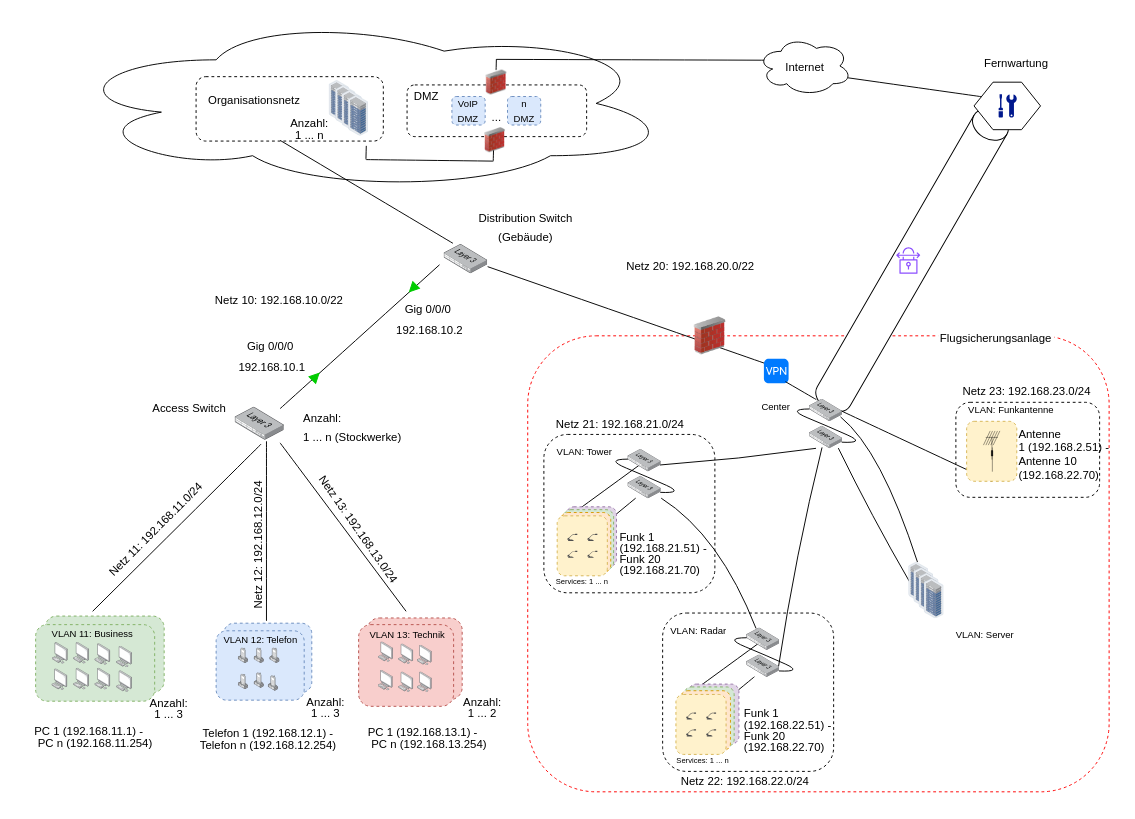
Above: Logische Netzwerktopologie.drawio in meetSeb/Computer-Network (draw.io), before the change. Source tidied: cells renumbered, new cells numbered last; positions are measured from the earlier drawing's top-left corner, leaving out a move shared by most shapes. Both pictures are drawn from the tidied source at 95%, with x=0, y=0 at pixel (16, 16).
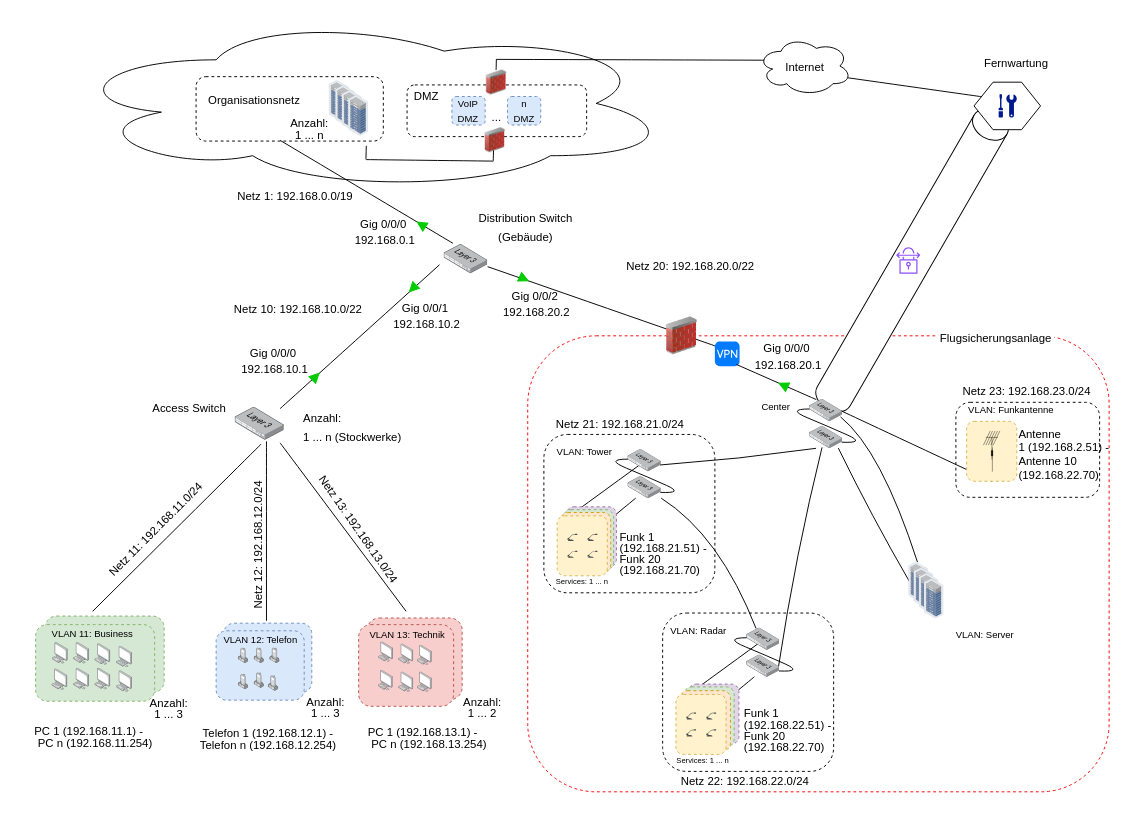
After the change.

What changed in the source:
```diff
@@
     <mxCell id="58" style="group;" parent="1" vertex="1">
-      <mxGeometry x="100" y="21" width="779" height="229.1" as="geometry" />
+      <mxGeometry x="100" y="21" width="779" height="234.9" as="geometry" />
     </mxCell>
@@
+    <mxCell id="174" value="&lt;p style=&quot;line-height: 60%;&quot;&gt;&lt;font style=&quot;font-size: 12px;&quot;&gt;Netz 1:&amp;nbsp;&lt;/font&gt;&lt;span style=&quot;font-size: 12px;&quot;&gt;192.168.0.0/19&lt;/span&gt;&lt;/p&gt;" style="text;strokeColor=none;fillColor=none;html=1;align=center;verticalAlign=middle;whiteSpace=wrap;rounded=0;fontSize=16;rotation=0;" parent="58" vertex="1">
+      <mxGeometry x="116.8" y="155" width="153.3" height="24.1" as="geometry" />
+    </mxCell>
+    <mxCell id="175" value="&lt;p style=&quot;line-height: 0%;&quot;&gt;&lt;font style=&quot;font-size: 12px;&quot;&gt;Gig 0/0/0&amp;nbsp;&lt;/font&gt;&lt;/p&gt;&lt;p style=&quot;line-height: 0%;&quot;&gt;&lt;span style=&quot;font-size: 12px;&quot;&gt;192.168.0.1&lt;/span&gt;&lt;/p&gt;" style="text;strokeColor=none;fillColor=none;html=1;align=center;verticalAlign=middle;whiteSpace=wrap;rounded=0;fontSize=16;rotation=0;" parent="58" vertex="1">
+      <mxGeometry x="210" y="185" width="156" height="39.9" as="geometry" />
+    </mxCell>
@@
     <mxCell id="104" style="html=1;strokeWidth=1;shadow=0;dashed=0;shape=mxgraph.ios7.misc.vpn;fillColor=#007AFF;strokeColor=none;buttonText=;strokeColor2=#222222;fontColor=#222222;fontSize=8;verticalLabelPosition=bottom;verticalAlign=top;align=center;sketch=0;" parent="1" vertex="1">
-      <mxGeometry x="786.6" y="360.2" width="26" height="25.8" as="geometry" />
+      <mxGeometry x="735" y="342.1" width="26" height="25.8" as="geometry" />
     </mxCell>
@@
     <mxCell id="124" style="image;html=1;image=img/lib/clip_art/networking/Firewall_02_128x128.png;" parent="1" vertex="1">
-      <mxGeometry x="710" y="316" width="40" height="40" as="geometry" />
+      <mxGeometry x="680" y="316" width="40" height="40" as="geometry" />
     </mxCell>
@@
-    <mxCell id="128" value="&lt;p style=&quot;line-height: 60%;&quot;&gt;&lt;font style=&quot;font-size: 12px;&quot;&gt;Gig 0/0/0&amp;nbsp;&lt;/font&gt;&lt;/p&gt;&lt;p style=&quot;line-height: 0%;&quot;&gt;&lt;span style=&quot;font-size: 12px;&quot;&gt;192.168.10.1&lt;/span&gt;&lt;/p&gt;" style="text;strokeColor=none;fillColor=none;html=1;align=center;verticalAlign=middle;whiteSpace=wrap;rounded=0;fontSize=16;rotation=0;" parent="1" vertex="1">
-      <mxGeometry x="191" y="335.1" width="156" height="39.9" as="geometry" />
+    <mxCell id="128" value="&lt;p style=&quot;line-height: 0%;&quot;&gt;&lt;font style=&quot;font-size: 12px;&quot;&gt;Gig 0/0/0&amp;nbsp;&lt;/font&gt;&lt;/p&gt;&lt;p style=&quot;line-height: 0%;&quot;&gt;&lt;span style=&quot;font-size: 12px;&quot;&gt;192.168.10.1&lt;/span&gt;&lt;/p&gt;" style="text;strokeColor=none;fillColor=none;html=1;align=center;verticalAlign=middle;whiteSpace=wrap;rounded=0;fontSize=16;rotation=0;" parent="1" vertex="1">
+      <mxGeometry x="194" y="342.1" width="156" height="39.9" as="geometry" />
     </mxCell>
@@
-    <mxCell id="131" value="&lt;p style=&quot;line-height: 60%;&quot;&gt;&lt;font style=&quot;font-size: 12px;&quot;&gt;Gig 0/0/0&amp;nbsp;&lt;/font&gt;&lt;/p&gt;&lt;p style=&quot;line-height: 0%;&quot;&gt;&lt;span style=&quot;font-size: 12px;&quot;&gt;192.168.10.2&lt;/span&gt;&lt;/p&gt;" style="text;strokeColor=none;fillColor=none;html=1;align=center;verticalAlign=middle;whiteSpace=wrap;rounded=0;fontSize=16;rotation=0;" parent="1" vertex="1">
-      <mxGeometry x="357" y="296" width="156" height="39.9" as="geometry" />
+    <mxCell id="131" value="&lt;p style=&quot;line-height: 0%;&quot;&gt;&lt;font style=&quot;font-size: 12px;&quot;&gt;Gig 0/0/1&amp;nbsp;&lt;/font&gt;&lt;/p&gt;&lt;p style=&quot;line-height: 0%;&quot;&gt;&lt;span style=&quot;font-size: 12px;&quot;&gt;192.168.10.2&lt;/span&gt;&lt;/p&gt;" style="text;strokeColor=none;fillColor=none;html=1;align=center;verticalAlign=middle;whiteSpace=wrap;rounded=0;fontSize=16;rotation=0;" parent="1" vertex="1">
+      <mxGeometry x="354" y="294" width="156" height="39.9" as="geometry" />
     </mxCell>
     <mxCell id="132" value="&lt;p style=&quot;line-height: 60%;&quot;&gt;&lt;font style=&quot;font-size: 12px;&quot;&gt;Netz 10: 192.168.10.0/22&lt;/font&gt;&lt;/p&gt;" style="text;strokeColor=none;fillColor=none;html=1;align=center;verticalAlign=middle;whiteSpace=wrap;rounded=0;fontSize=16;rotation=0;" parent="1" vertex="1">
-      <mxGeometry x="200" y="286" width="153.3" height="24.1" as="geometry" />
+      <mxGeometry x="220" y="295" width="153.3" height="24.1" as="geometry" />
     </mxCell>
@@
+    <mxCell id="176" style="triangle;whiteSpace=wrap;html=1;rotation=-148;fillColor=#00CC00;strokeColor=#00CC00;" parent="1" vertex="1">
+      <mxGeometry x="421" y="214" width="10" height="10" as="geometry" />
+    </mxCell>
+    <mxCell id="177" style="triangle;whiteSpace=wrap;html=1;rotation=25;fillColor=#00CC00;strokeColor=#00CC00;" parent="1" vertex="1">
+      <mxGeometry x="529" y="271" width="10" height="10" as="geometry" />
+    </mxCell>
+    <mxCell id="178" value="&lt;p style=&quot;line-height: 0%;&quot;&gt;&lt;font style=&quot;font-size: 12px;&quot;&gt;Gig 0/0/2&amp;nbsp;&lt;/font&gt;&lt;/p&gt;&lt;p style=&quot;line-height: 0%;&quot;&gt;&lt;span style=&quot;font-size: 12px;&quot;&gt;192.168.20.2&lt;/span&gt;&lt;/p&gt;" style="text;strokeColor=none;fillColor=none;html=1;align=center;verticalAlign=middle;whiteSpace=wrap;rounded=0;fontSize=16;rotation=0;" parent="1" vertex="1">
+      <mxGeometry x="500" y="284.1" width="94.9" height="35" as="geometry" />
+    </mxCell>
+    <mxCell id="179" style="triangle;whiteSpace=wrap;html=1;rotation=-155;fillColor=#00CC00;strokeColor=#00CC00;" parent="1" vertex="1">
+      <mxGeometry x="802" y="383" width="10" height="10" as="geometry" />
+    </mxCell>
+    <mxCell id="180" value="&lt;p style=&quot;line-height: 0%;&quot;&gt;&lt;font style=&quot;font-size: 12px;&quot;&gt;Gig 0/0/0&amp;nbsp;&lt;/font&gt;&lt;/p&gt;&lt;p style=&quot;line-height: 0%;&quot;&gt;&lt;span style=&quot;font-size: 12px;&quot;&gt;192.168.20.1&lt;/span&gt;&lt;/p&gt;" style="text;strokeColor=none;fillColor=none;html=1;align=center;verticalAlign=middle;whiteSpace=wrap;rounded=0;fontSize=16;rotation=0;" parent="1" vertex="1">
+      <mxGeometry x="765.3" y="339" width="94.9" height="35" as="geometry" />
+    </mxCell>
```
